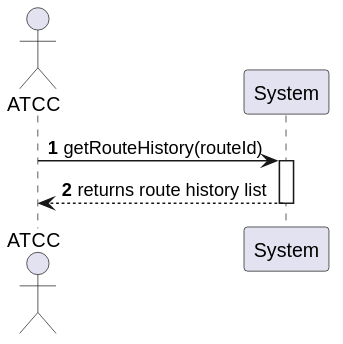
Earlier version of the PlantUML export docs/system-documentation/use-cases/WP3A/US111/svg/ssd_us111.svg (VascoMagolo/psoft_1231562_1241692_1242036_2db).
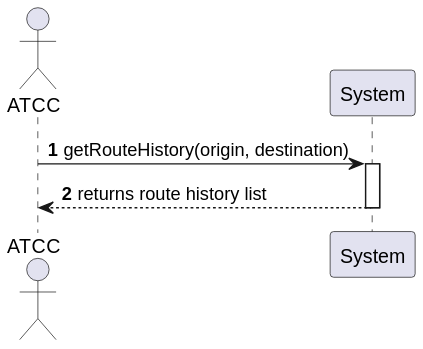
After the commit.

Change to the diagram source:
```diff
@@ -3,7 +3,7 @@
 actor "ATCC" as Actor
 participant "System" as Sys
 
-Actor -> Sys : getRouteHistory(routeId)
+Actor -> Sys : getRouteHistory(origin, destination)
 activate Sys
 Sys --> Actor : returns route history list
 deactivate Sys
```
